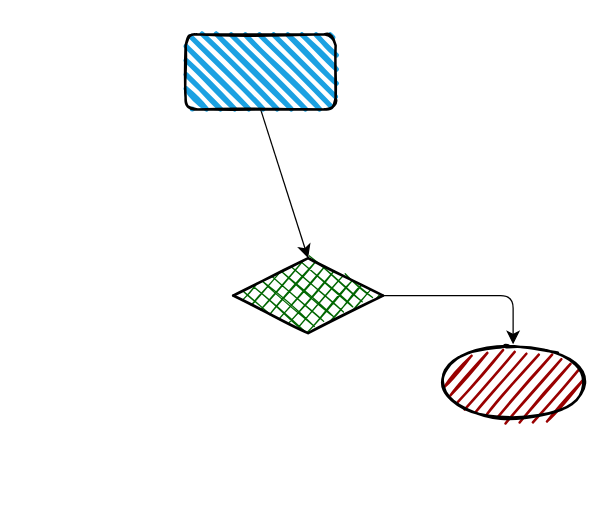
Above: 未命名绘图.drawio in miqi1992/drawio (draw.io), before the change. Source tidied: cells renumbered, new cells numbered last; positions are measured from the earlier drawing's top-left corner, leaving out a move shared by most shapes. Both pictures are drawn from the tidied source at 125%, with x=0, y=0 at pixel (185, 34).
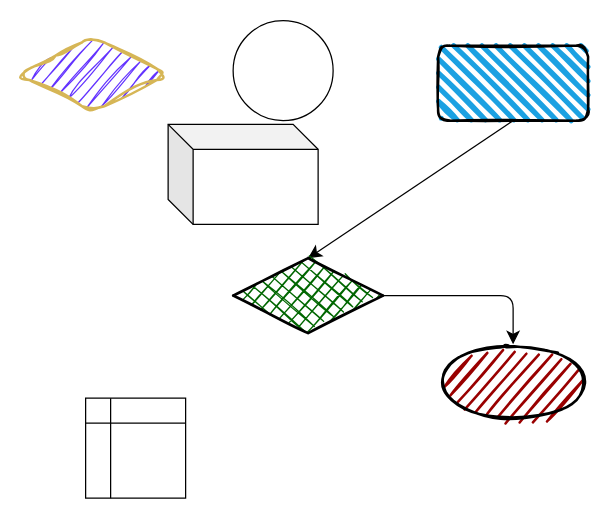
The same page after the edit.

Commit message:
更新未命名绘图.drawio

The edit, as a diff of the source:
```diff
@@
 <mxGraphModel>
   <root>
     <mxCell id="0" />
     <mxCell id="1" parent="0" />
     <mxCell id="2" style="edgeStyle=none;curved=1;rounded=0;jettySize=auto;html=1;exitX=0.5;exitY=1;exitDx=0;exitDy=0;entryX=0.5;entryY=0;entryDx=0;entryDy=0;fontSize=12;startSize=8;endSize=8;" parent="1" edge="1" source="3" target="5">
       <mxGeometry relative="1" as="geometry" />
     </mxCell>
     <mxCell id="3" style="rounded=1;whiteSpace=wrap;html=1;strokeWidth=2;fillWeight=4;hachureGap=8;hachureAngle=45;fillColor=#1ba1e2;sketch=1;fontSize=16;" parent="1" vertex="1">
-      <mxGeometry width="120" height="60" as="geometry" />
+      <mxGeometry x="202" y="9" width="120" height="60" as="geometry" />
     </mxCell>
     <mxCell id="4" style="edgeStyle=orthogonalEdgeStyle;rounded=1;jettySize=auto;html=1;exitX=1;exitY=0.5;exitDx=0;exitDy=0;entryX=0.5;entryY=0;entryDx=0;entryDy=0;fontSize=12;startSize=8;endSize=8;" parent="1" edge="1" source="5" target="6">
       <mxGeometry relative="1" as="geometry" />
     </mxCell>
     <mxCell id="5" style="rhombus;whiteSpace=wrap;html=1;strokeWidth=2;fillWeight=-1;hachureGap=8;fillStyle=cross-hatch;fillColor=#006600;sketch=1;fontSize=16;" parent="1" vertex="1">
       <mxGeometry x="38" y="179" width="120" height="60" as="geometry" />
     </mxCell>
     <mxCell id="6" style="ellipse;whiteSpace=wrap;html=1;strokeWidth=2;fillWeight=2;hachureGap=8;fillColor=#990000;fillStyle=dots;sketch=1;fontSize=16;" parent="1" vertex="1">
       <mxGeometry x="202" y="248" width="120" height="60" as="geometry" />
     </mxCell>
+    <mxCell id="7" style="ellipse;whiteSpace=wrap;html=1;fontSize=16;" parent="1" vertex="1">
+      <mxGeometry x="38" y="-11" width="80" height="80" as="geometry" />
+    </mxCell>
+    <mxCell id="8" style="shape=cube;whiteSpace=wrap;html=1;boundedLbl=1;backgroundOutline=1;darkOpacity=0.05;darkOpacity2=0.1;fontSize=16;" parent="1" vertex="1">
+      <mxGeometry x="-14" y="72" width="120" height="80" as="geometry" />
+    </mxCell>
+    <mxCell id="9" style="shape=internalStorage;whiteSpace=wrap;html=1;backgroundOutline=1;fontSize=16;" parent="1" vertex="1">
+      <mxGeometry x="-80" y="291" width="80" height="80" as="geometry" />
+    </mxCell>
+    <mxCell id="10" style="rhombus;whiteSpace=wrap;html=1;strokeWidth=2;fillWeight=-1;hachureGap=8;fillStyle=hachure;fillColor=#6333FF;fontSize=16;strokeColor=#d6b656;sketch=1;curveFitting=1;jiggle=2;rounded=1;shadow=0;" parent="1" vertex="1">
+      <mxGeometry x="-134" y="2" width="120" height="60" as="geometry" />
+    </mxCell>
   </root>
 </mxGraphModel>
```
